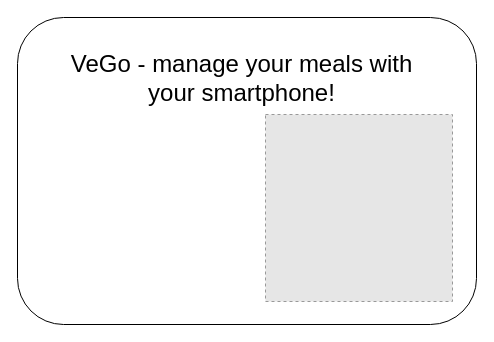
olliglorioso/datasets keeps this draw.io diagram as wireframedisplay.drawio. Above is the earlier version. Source tidied: cells renumbered, new cells numbered last; positions are measured from the earlier drawing's top-left corner, leaving out a move shared by most shapes. Both pictures are drawn from the tidied source at 100%, with x=0, y=0 at pixel (17, 17). Pictures stored in the file or linked from it are replaced by grey dashed boxes.
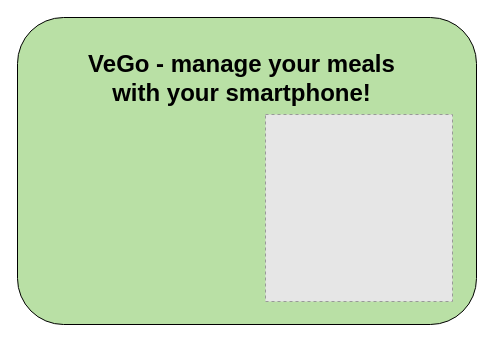
The same page after the edit.

What changed in the source:
```diff
@@
 <mxGraphModel>
   <root>
     <mxCell id="0" />
     <mxCell id="1" parent="0" />
-    <mxCell id="2" style="rounded=1;whiteSpace=wrap;html=1;" parent="1" vertex="1">
+    <mxCell id="2" style="rounded=1;whiteSpace=wrap;html=1;fillColor=#B9E0A5;" parent="1" vertex="1">
       <mxGeometry width="459" height="307" as="geometry" />
     </mxCell>
-    <mxCell id="3" value="&lt;font style=&quot;font-size: 24px;&quot;&gt;VeGo - manage your meals with your smartphone!&lt;/font&gt;" style="text;strokeColor=none;align=center;fillColor=none;html=1;verticalAlign=middle;whiteSpace=wrap;rounded=0;" parent="1" vertex="1">
+    <mxCell id="3" value="&lt;font style=&quot;font-size: 24px;&quot;&gt;&lt;b&gt;VeGo - manage your meals with your smartphone!&lt;/b&gt;&lt;/font&gt;" style="text;strokeColor=none;align=center;fillColor=none;html=1;verticalAlign=middle;whiteSpace=wrap;rounded=0;" parent="1" vertex="1">
       <mxGeometry x="46" y="24" width="357" height="73" as="geometry" />
     </mxCell>
     <mxCell id="4" style="fillColor=#E6E6E6;strokeColor=#999999;dashed=1;verticalLabelPosition=bottom;labelBackgroundColor=default;verticalAlign=top;" parent="1" vertex="1">
       <mxGeometry x="248" y="97" width="187" height="187" as="geometry" />
     </mxCell>
   </root>
 </mxGraphModel>
```
